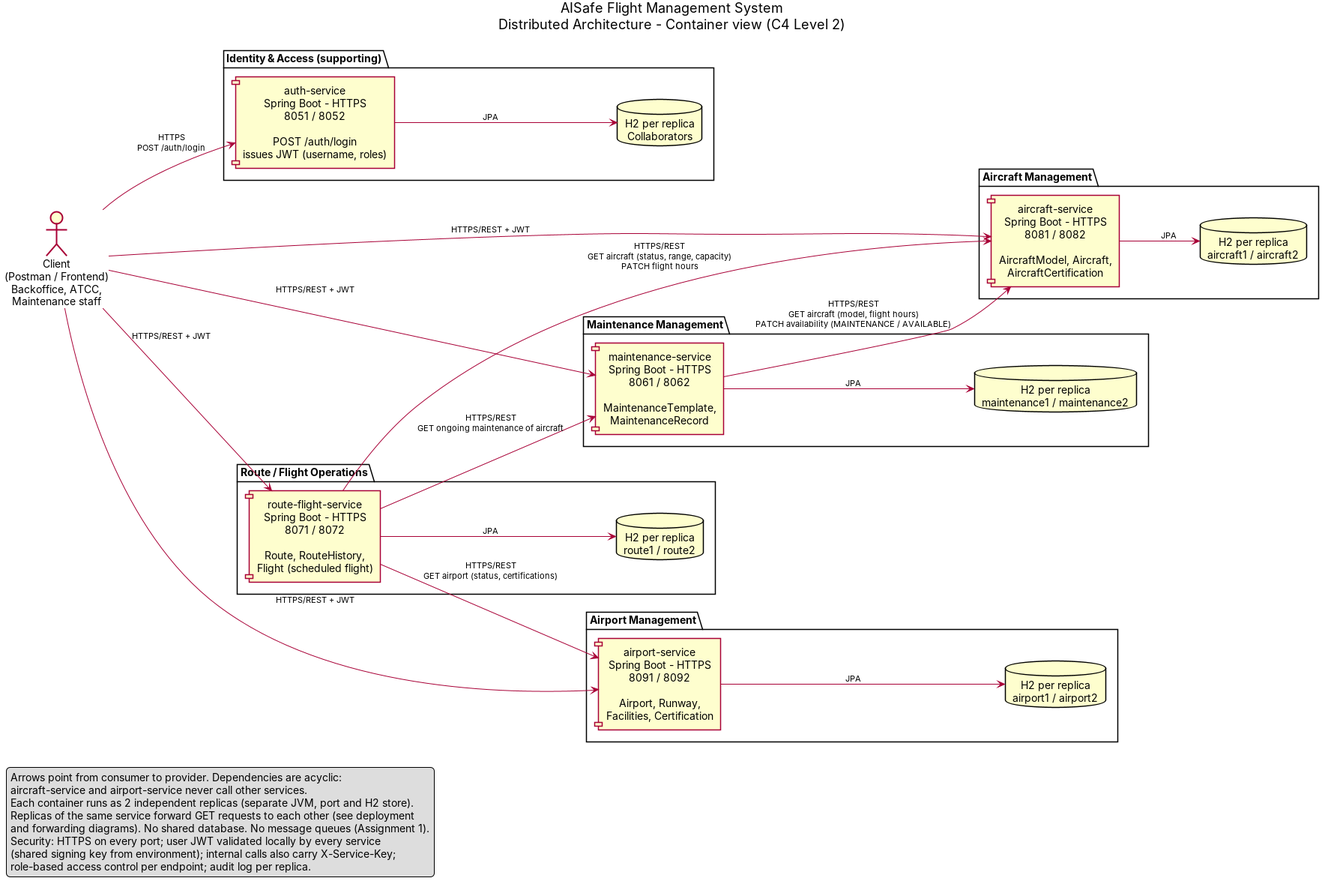
Above: AISafe/docs/aisafe_diagrams/arquitetura.png in KolmerKinga/sisdig_1230426_1231051 (PlantUML), before the change. Its source is kept beside it as AISafe/docs/aisafe_diagrams/arquitetura.puml.
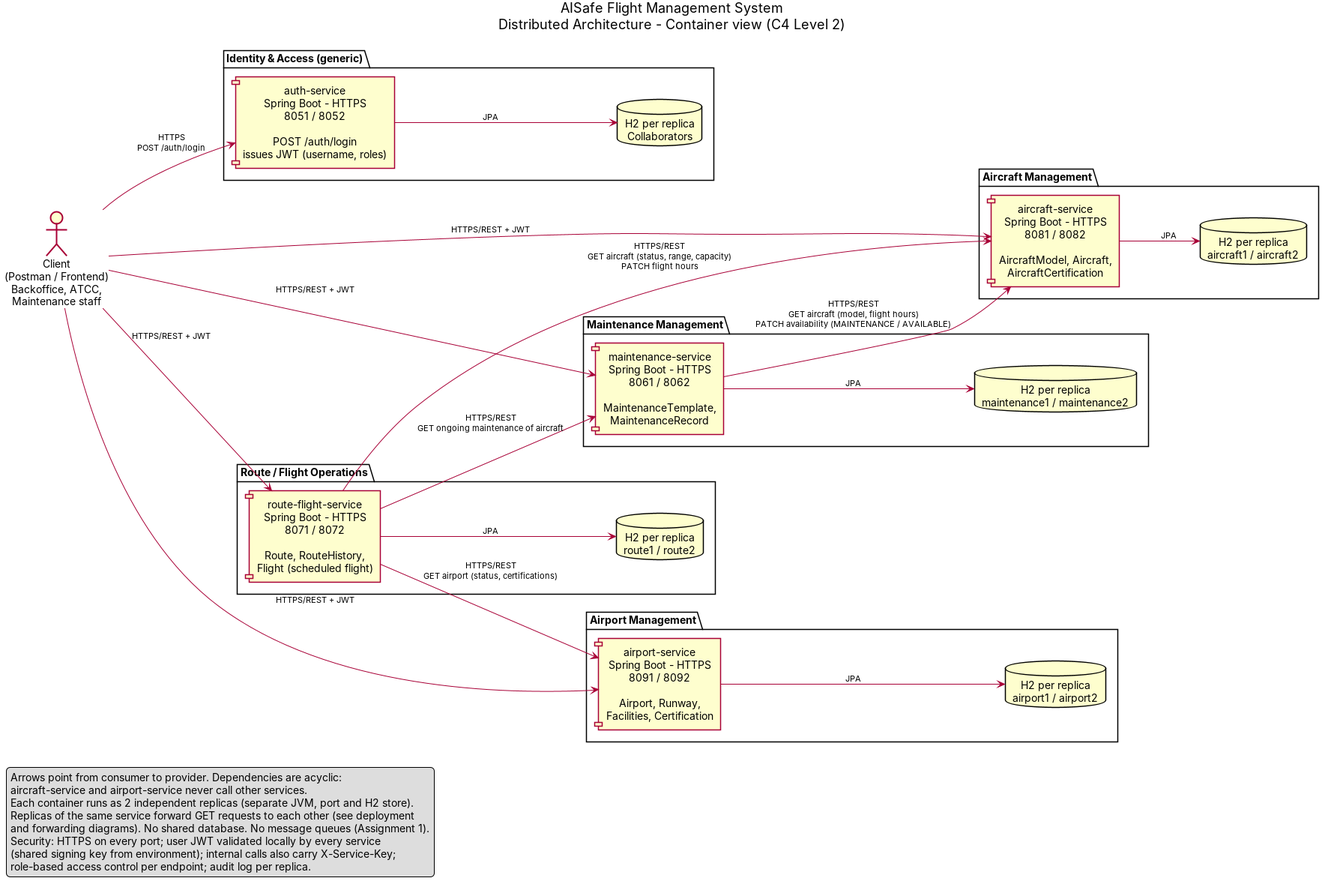
Above is the later version.

What changed in the source:
```diff
@@ -11,7 +11,7 @@
 
 actor "Client\n(Postman / Frontend)\nBackoffice, ATCC,\nMaintenance staff" as Client
 
-package "Identity & Access (supporting)" as AuthPkg {
+package "Identity & Access (generic)" as AuthPkg {
   component "auth-service\nSpring Boot - HTTPS\n8051 / 8052\n\nPOST /auth/login\nissues JWT (username, roles)" as Auth
   database "H2 per replica\nCollaborators" as AuthDB
   Auth --> AuthDB : JPA
```
